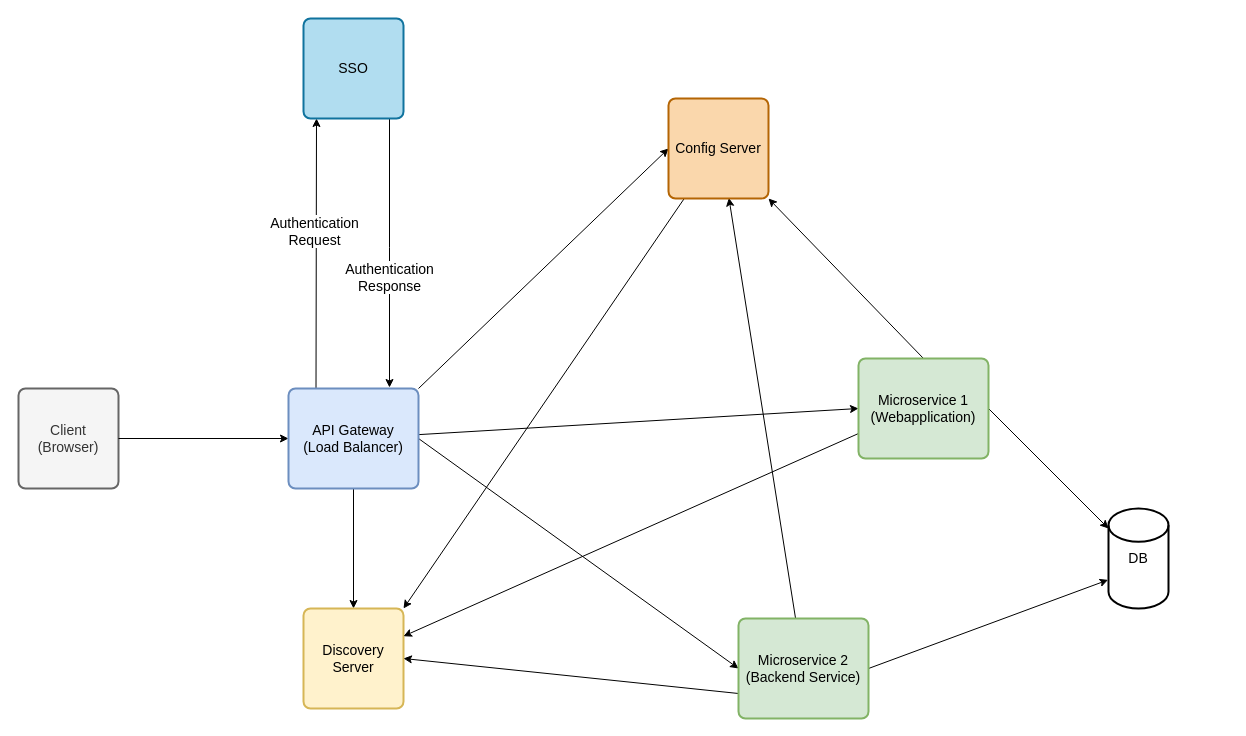
This is MicroServiceArchitecture.drawio from durgeshpatel7317/diagrams, a draw.io file, before an edit. Source tidied: cells renumbered, new cells numbered last; positions are measured from the earlier drawing's top-left corner, leaving out a move shared by most shapes. Both pictures are drawn from the tidied source at 100%, with x=0, y=0 at pixel (18, 18).
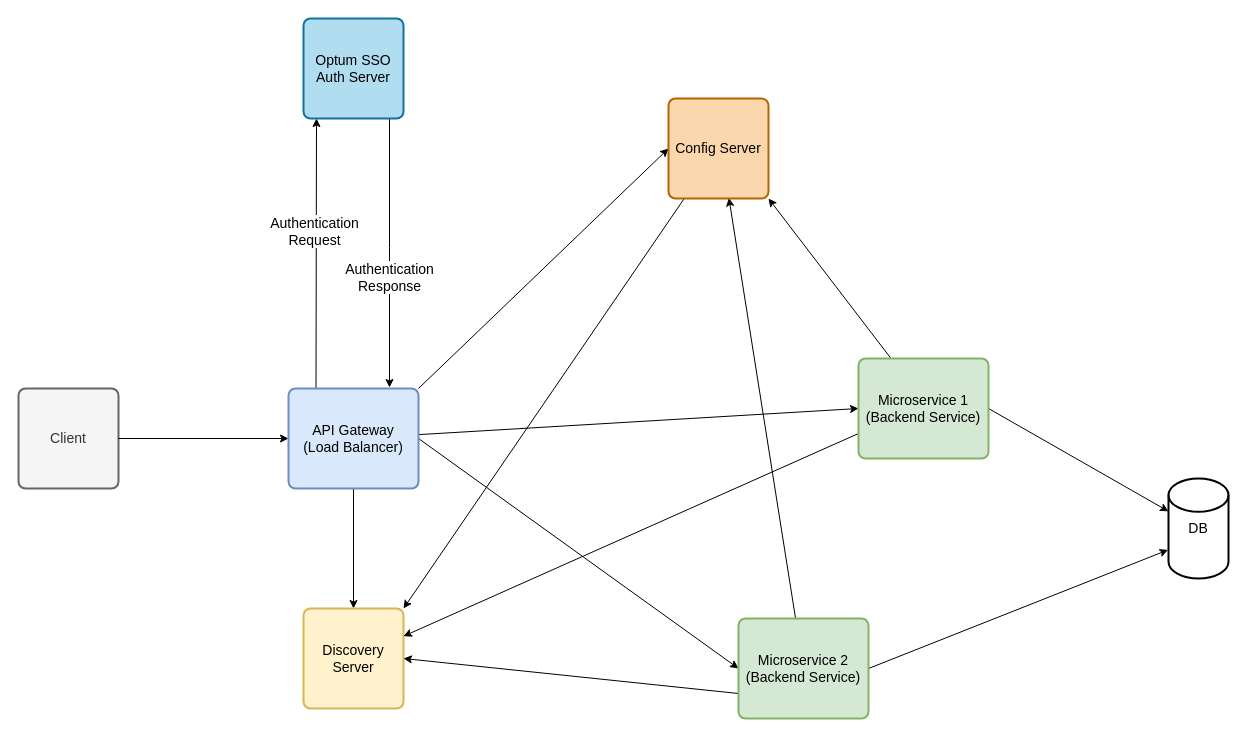
The same diagram, later.

The change refers to these unchanged cells:
```xml
<mxCell id="25" value="Config Server" style="rounded=1;whiteSpace=wrap;html=1;absoluteArcSize=1;arcSize=14;strokeWidth=2;fontSize=14;fillColor=#fad7ac;strokeColor=#b46504;" parent="1" vertex="1">
  <mxGeometry x="650" y="80" width="100" height="100" as="geometry" />
</mxCell>
```

Diff of the diagram source:
```diff
@@
-    <mxCell id="2" value="&lt;font style=&quot;font-size: 14px;&quot;&gt;Client&lt;br&gt;(Browser)&lt;/font&gt;" style="rounded=1;whiteSpace=wrap;html=1;absoluteArcSize=1;arcSize=14;strokeWidth=2;fillColor=#f5f5f5;fontColor=#333333;strokeColor=#666666;" parent="1" vertex="1">
+    <mxCell id="2" value="&lt;font style=&quot;font-size: 14px;&quot;&gt;Client&lt;br&gt;&lt;/font&gt;" style="rounded=1;whiteSpace=wrap;html=1;absoluteArcSize=1;arcSize=14;strokeWidth=2;fillColor=#f5f5f5;fontColor=#333333;strokeColor=#666666;" parent="1" vertex="1">
       <mxGeometry y="370" width="100" height="100" as="geometry" />
     </mxCell>
@@
-    <mxCell id="18" style="edgeStyle=none;rounded=0;jettySize=auto;html=1;exitX=0.5;exitY=0;exitDx=0;exitDy=0;entryX=1;entryY=1;entryDx=0;entryDy=0;fontSize=14;" parent="1" edge="1" source="19" target="25">
+    <mxCell id="18" style="edgeStyle=none;rounded=0;jettySize=auto;html=1;exitX=0.25;exitY=0;exitDx=0;exitDy=0;entryX=1;entryY=1;entryDx=0;entryDy=0;fontSize=14;" parent="1" edge="1" source="19" target="25">
       <mxGeometry relative="1" as="geometry" />
     </mxCell>
-    <mxCell id="19" value="&lt;span style=&quot;font-size: 14px;&quot;&gt;Microservice 1 (Webapplication)&lt;/span&gt;" style="rounded=1;whiteSpace=wrap;html=1;absoluteArcSize=1;arcSize=14;strokeWidth=2;fillColor=#d5e8d4;strokeColor=#82b366;" parent="1" vertex="1">
+    <mxCell id="19" value="&lt;span style=&quot;font-size: 14px;&quot;&gt;Microservice 1 (Backend Service)&lt;/span&gt;" style="rounded=1;whiteSpace=wrap;html=1;absoluteArcSize=1;arcSize=14;strokeWidth=2;fillColor=#d5e8d4;strokeColor=#82b366;" parent="1" vertex="1">
       <mxGeometry x="840" y="340" width="130" height="100" as="geometry" />
     </mxCell>
@@
-    <mxCell id="22" value="SSO" style="rounded=1;whiteSpace=wrap;html=1;absoluteArcSize=1;arcSize=14;strokeWidth=2;fontSize=14;fillColor=#b1ddf0;strokeColor=#10739e;" parent="1" vertex="1">
+    <mxCell id="22" value="Optum SSO Auth Server" style="rounded=1;whiteSpace=wrap;html=1;absoluteArcSize=1;arcSize=14;strokeWidth=2;fontSize=14;fillColor=#b1ddf0;strokeColor=#10739e;" parent="1" vertex="1">
       <mxGeometry x="285" width="100" height="100" as="geometry" />
     </mxCell>
     <mxCell id="23" value="DB" style="strokeWidth=2;html=1;shape=mxgraph.flowchart.database;whiteSpace=wrap;fontSize=14;" parent="1" vertex="1">
-      <mxGeometry x="1090" y="490" width="60" height="100" as="geometry" />
+      <mxGeometry x="1150" y="460" width="60" height="100" as="geometry" />
     </mxCell>
```
